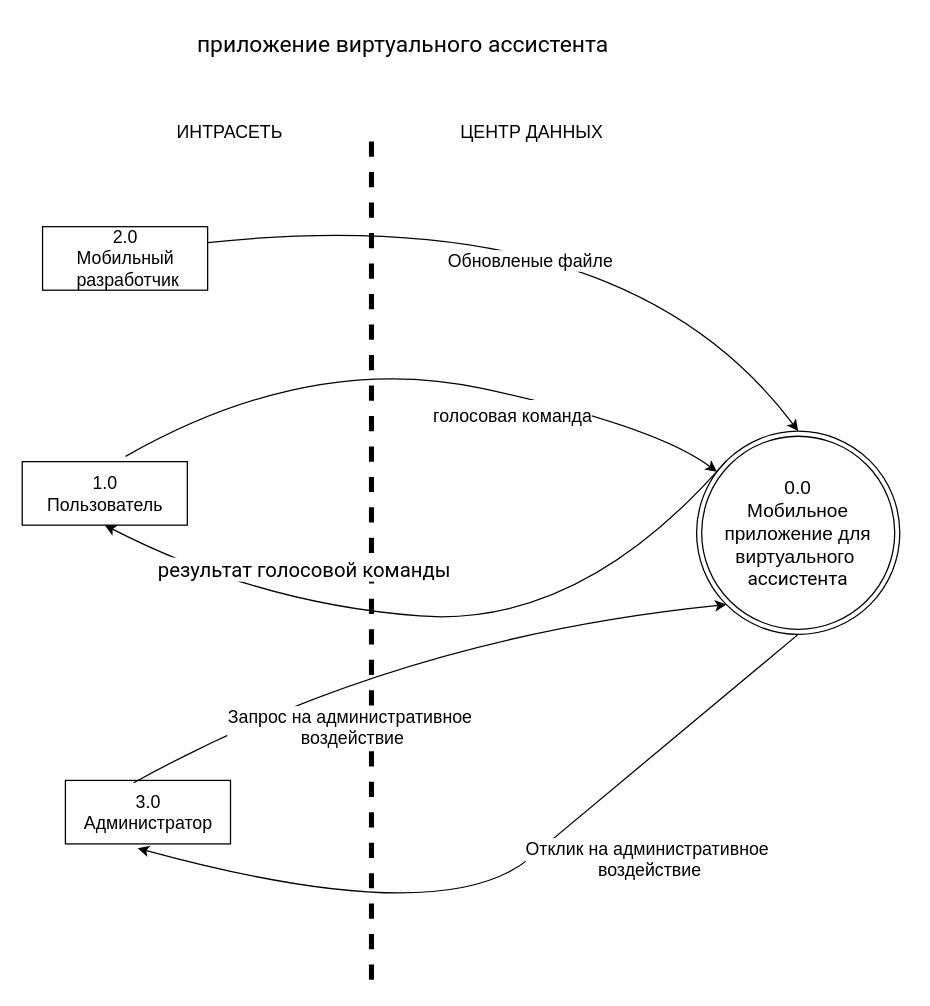
The draw.io diagram DFD assistant virtual .drawio in oussamanech/Git01, before the edit. Source tidied: cells renumbered, new cells numbered last; positions are measured from the earlier drawing's top-left corner, leaving out a move shared by most shapes. Both pictures are drawn from the tidied source at 127%, with x=0, y=0 at pixel (22, 22).
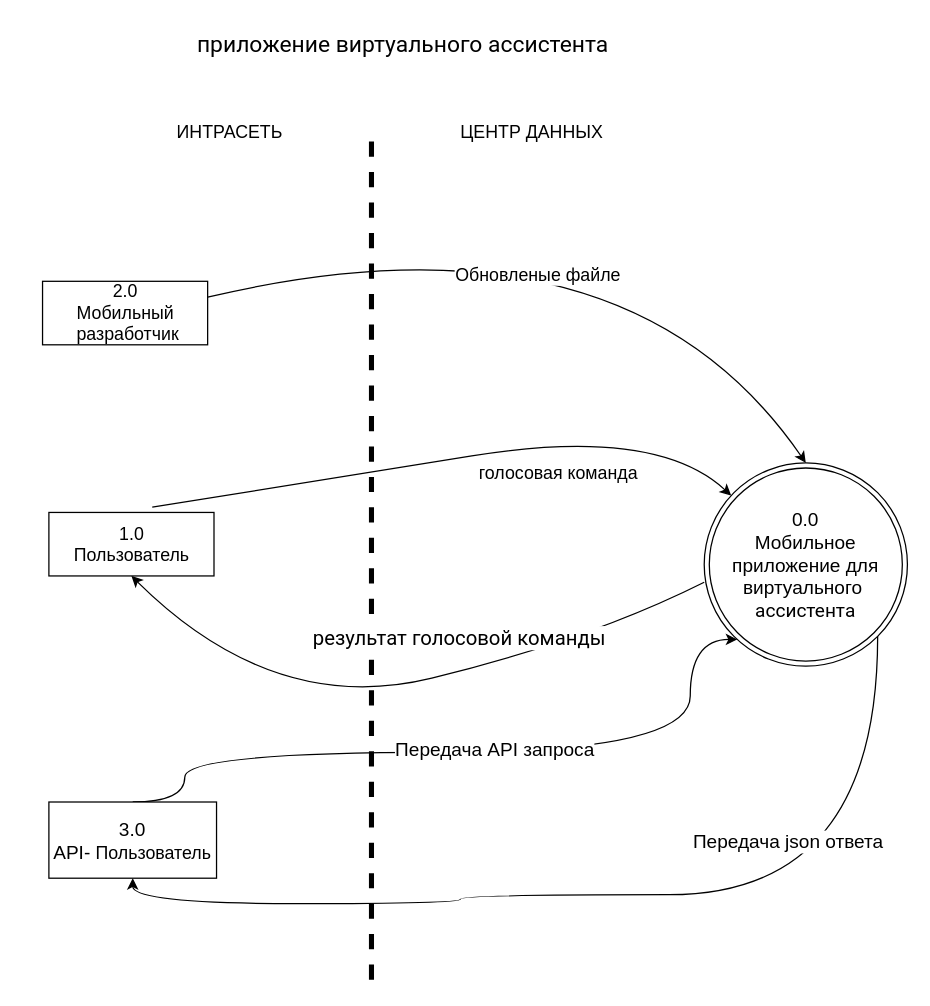
The same page after the edit.

What changed in the source:
```diff
@@
+    <mxCell id="20" style="edgeStyle=orthogonalEdgeStyle;curved=1;rounded=0;jettySize=auto;html=1;exitX=1;exitY=1;exitDx=0;exitDy=0;entryX=0.5;entryY=1;entryDx=0;entryDy=0;fontSize=15;" parent="1" edge="1" source="3" target="24">
+      <mxGeometry relative="1" as="geometry">
+        <Array as="points">
+          <mxPoint x="674" y="687" />
+          <mxPoint x="345" y="687" />
+          <mxPoint x="345" y="694" />
+          <mxPoint x="87" y="694" />
+        </Array>
+      </mxGeometry>
+    </mxCell>
+    <mxCell id="21" value="Передача json ответа" style="edgeLabel;html=1;align=center;verticalAlign=middle;fontSize=15;" parent="20" vertex="1">
+      <mxGeometry x="-0.38" y="-34" relative="1" as="geometry">
+        <mxPoint x="-22" y="-9" as="offset" />
+      </mxGeometry>
+    </mxCell>
     <mxCell id="3" value="&lt;span style=&quot;font-size: 15px;&quot;&gt;&lt;font style=&quot;font-size: 15px;&quot;&gt;0.0&lt;br&gt;&lt;/font&gt;&lt;/span&gt;&lt;div style=&quot;font-size: 15px;&quot;&gt;&lt;span style=&quot;background-color: initial;&quot;&gt;&lt;font style=&quot;font-size: 15px;&quot;&gt;Мобильное приложение для виртуального&amp;nbsp;&lt;/font&gt;&lt;/span&gt;&lt;/div&gt;&lt;span style=&quot;font-family: Roboto, -apple-system, BlinkMacSystemFont, &amp;quot;Apple Color Emoji&amp;quot;, &amp;quot;Segoe UI&amp;quot;, Oxygen, Ubuntu, Cantarell, &amp;quot;Fira Sans&amp;quot;, &amp;quot;Droid Sans&amp;quot;, &amp;quot;Helvetica Neue&amp;quot;, sans-serif; background-color: rgb(255, 255, 255); font-size: 15px;&quot;&gt;&lt;font style=&quot;font-size: 15px;&quot;&gt;ассистента&lt;/font&gt;&lt;/span&gt;" style="ellipse;shape=doubleEllipse;whiteSpace=wrap;html=1;fontStyle=0;fontSize=14;" parent="1" vertex="1">
-      <mxGeometry x="531" y="322" width="160" height="160" as="geometry" />
+      <mxGeometry x="537" y="347" width="160" height="160" as="geometry" />
     </mxCell>
@@
     <mxCell id="5" value="1.0&lt;br style=&quot;font-size: 14px;&quot;&gt;Пользователь&lt;div style=&quot;display: none; font-size: 14px;&quot; id=&quot;SDCloudData&quot;&gt;&lt;/div&gt;" style="html=1;dashed=0;whitespace=wrap;fontStyle=0;fontSize=14;" parent="1" vertex="1">
-      <mxGeometry y="346" width="130" height="50" as="geometry" />
+      <mxGeometry x="21" y="386" width="130" height="50" as="geometry" />
     </mxCell>
@@
     <mxCell id="8" value="2.0&lt;br style=&quot;font-size: 14px;&quot;&gt;Мобильный&lt;br&gt;&amp;nbsp;разработчик&lt;div style=&quot;display: none; font-size: 14px;&quot; id=&quot;SDCloudData&quot;&gt;&lt;/div&gt;" style="html=1;dashed=0;whitespace=wrap;fontStyle=0;fontSize=14;" parent="1" vertex="1">
-      <mxGeometry x="16" y="161" width="130" height="50" as="geometry" />
+      <mxGeometry x="16" y="204" width="130" height="50" as="geometry" />
     </mxCell>
-    <mxCell id="9" value="3.0&lt;br style=&quot;font-size: 14px;&quot;&gt;Администратор&lt;br&gt;&lt;div style=&quot;display: none; font-size: 14px;&quot; id=&quot;SDCloudData&quot;&gt;&lt;/div&gt;" style="html=1;dashed=0;whitespace=wrap;fontStyle=0;fontSize=14;" parent="1" vertex="1">
-      <mxGeometry x="34" y="597" width="130" height="50" as="geometry" />
-    </mxCell>
     <mxCell id="10" style="curved=1;endArrow=classic;html=1;rounded=0;fontSize=19;exitX=0.626;exitY=-0.083;exitDx=0;exitDy=0;exitPerimeter=0;fontStyle=0;" parent="1" edge="1" source="5" target="3">
       <mxGeometry relative="1" as="geometry">
         <Array as="points">
-          <mxPoint x="227" y="259" />
+          <mxPoint x="209" y="365" />
           <mxPoint x="499" y="318" />
         </Array>
       </mxGeometry>
     </mxCell>
@@
-    <mxCell id="12" style="curved=1;endArrow=classic;html=1;rounded=0;fontSize=19;exitX=0;exitY=0;exitDx=0;exitDy=0;entryX=0.5;entryY=1;entryDx=0;entryDy=0;fontStyle=0;" parent="1" edge="1" source="3" target="5">
+    <mxCell id="12" style="curved=1;endArrow=classic;html=1;rounded=0;fontSize=19;exitX=0;exitY=0.587;exitDx=0;exitDy=0;entryX=0.5;entryY=1;entryDx=0;entryDy=0;fontStyle=0;exitPerimeter=0;" parent="1" edge="1" source="3" target="5">
       <mxGeometry relative="1" as="geometry">
         <Array as="points">
-          <mxPoint x="440" y="477" />
-          <mxPoint x="186" y="458" />
+          <mxPoint x="447" y="486" />
+          <mxPoint x="198" y="547" />
         </Array>
       </mxGeometry>
     </mxCell>
     <mxCell id="13" value="&lt;span style=&quot;font-family: Roboto, -apple-system, BlinkMacSystemFont, &amp;quot;Apple Color Emoji&amp;quot;, &amp;quot;Segoe UI&amp;quot;, Oxygen, Ubuntu, Cantarell, &amp;quot;Fira Sans&amp;quot;, &amp;quot;Droid Sans&amp;quot;, &amp;quot;Helvetica Neue&amp;quot;, sans-serif; font-size: 16px; text-align: start;&quot;&gt;результат голосовой команды&lt;/span&gt;" style="edgeLabel;html=1;align=center;verticalAlign=middle;fontSize=14;fontStyle=0;" parent="12" vertex="1">
       <mxGeometry x="0.4" y="-17" relative="1" as="geometry">
-        <mxPoint x="1" y="-13" as="offset" />
+        <mxPoint x="136" y="-48" as="offset" />
       </mxGeometry>
     </mxCell>
@@
-    <mxCell id="16" style="curved=1;endArrow=classic;html=1;rounded=0;fontSize=14;exitX=0.414;exitY=0.037;exitDx=0;exitDy=0;entryX=0;entryY=1;entryDx=0;entryDy=0;exitPerimeter=0;fontStyle=0;" parent="1" edge="1" source="9" target="3">
-      <mxGeometry relative="1" as="geometry">
-        <Array as="points">
-          <mxPoint x="293" y="485" />
-        </Array>
-      </mxGeometry>
-    </mxCell>
-    <mxCell id="17" value="Запрос на административное&lt;br&gt;&amp;nbsp;воздействие" style="edgeLabel;html=1;align=center;verticalAlign=middle;fontSize=14;fontStyle=0;" parent="16" vertex="1">
-      <mxGeometry x="-0.31" y="-5" relative="1" as="geometry">
-        <mxPoint x="17" y="35" as="offset" />
-      </mxGeometry>
-    </mxCell>
-    <mxCell id="18" style="curved=1;endArrow=classic;html=1;rounded=0;fontSize=14;exitX=0.5;exitY=1;exitDx=0;exitDy=0;entryX=0.438;entryY=1.068;entryDx=0;entryDy=0;entryPerimeter=0;fontStyle=0;" parent="1" edge="1" source="3" target="9">
-      <mxGeometry relative="1" as="geometry">
-        <Array as="points">
-          <mxPoint x="469" y="600" />
-          <mxPoint x="331" y="716" />
-        </Array>
-      </mxGeometry>
-    </mxCell>
-    <mxCell id="19" value="Отклик на административное&lt;br&gt;&amp;nbsp;воздействие" style="edgeLabel;html=1;align=center;verticalAlign=middle;fontSize=14;fontStyle=0;" parent="18" vertex="1">
-      <mxGeometry x="0.27" y="-8" relative="1" as="geometry">
-        <mxPoint x="183" y="-43" as="offset" />
-      </mxGeometry>
-    </mxCell>
+    <mxCell id="22" style="edgeStyle=orthogonalEdgeStyle;rounded=0;jettySize=auto;html=1;exitX=0.5;exitY=0;exitDx=0;exitDy=0;fontSize=15;curved=1;" parent="1" edge="1" source="24" target="3">
+      <mxGeometry relative="1" as="geometry">
+        <Array as="points">
+          <mxPoint x="128" y="614" />
+          <mxPoint x="128" y="575" />
+          <mxPoint x="526" y="575" />
+          <mxPoint x="526" y="486" />
+        </Array>
+      </mxGeometry>
+    </mxCell>
+    <mxCell id="23" value="Передача АPI запроса" style="edgeLabel;html=1;align=center;verticalAlign=middle;fontSize=15;" parent="22" vertex="1">
+      <mxGeometry x="0.07" y="4" relative="1" as="geometry" />
+    </mxCell>
+    <mxCell id="24" value="3.0&lt;br&gt;API-&amp;nbsp;&lt;span style=&quot;font-size: 14px;&quot;&gt;Пользователь&lt;/span&gt;" style="rounded=0;whiteSpace=wrap;html=1;fontSize=15;" parent="1" vertex="1">
+      <mxGeometry x="21" y="614" width="132" height="60" as="geometry" />
+    </mxCell>
```
